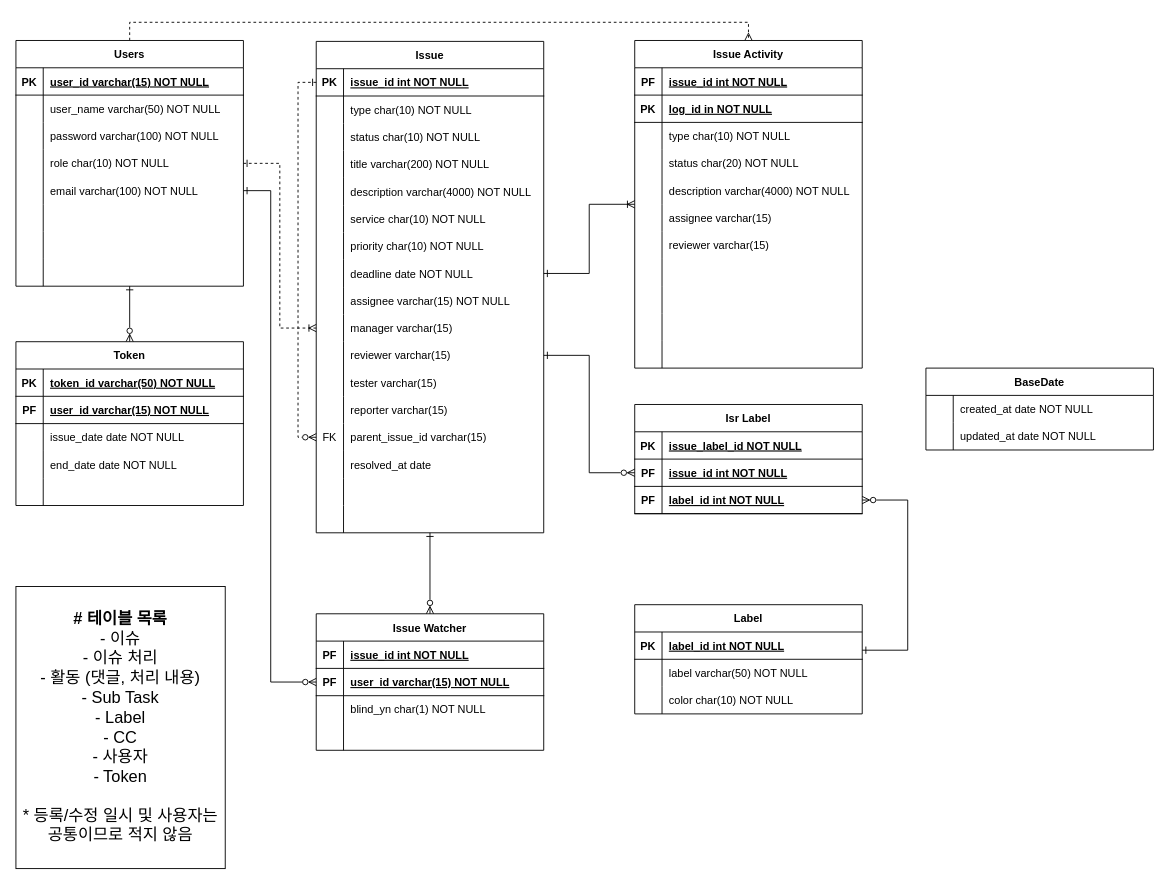
This is neims/neims_erd.drawio from neorang/drawdoc, a draw.io file, before an edit. Source tidied: cells renumbered, new cells numbered last; positions are measured from the earlier drawing's top-left corner, leaving out a move shared by most shapes. Both pictures are drawn from the tidied source at 91%, with x=0, y=0 at pixel (15, 22).
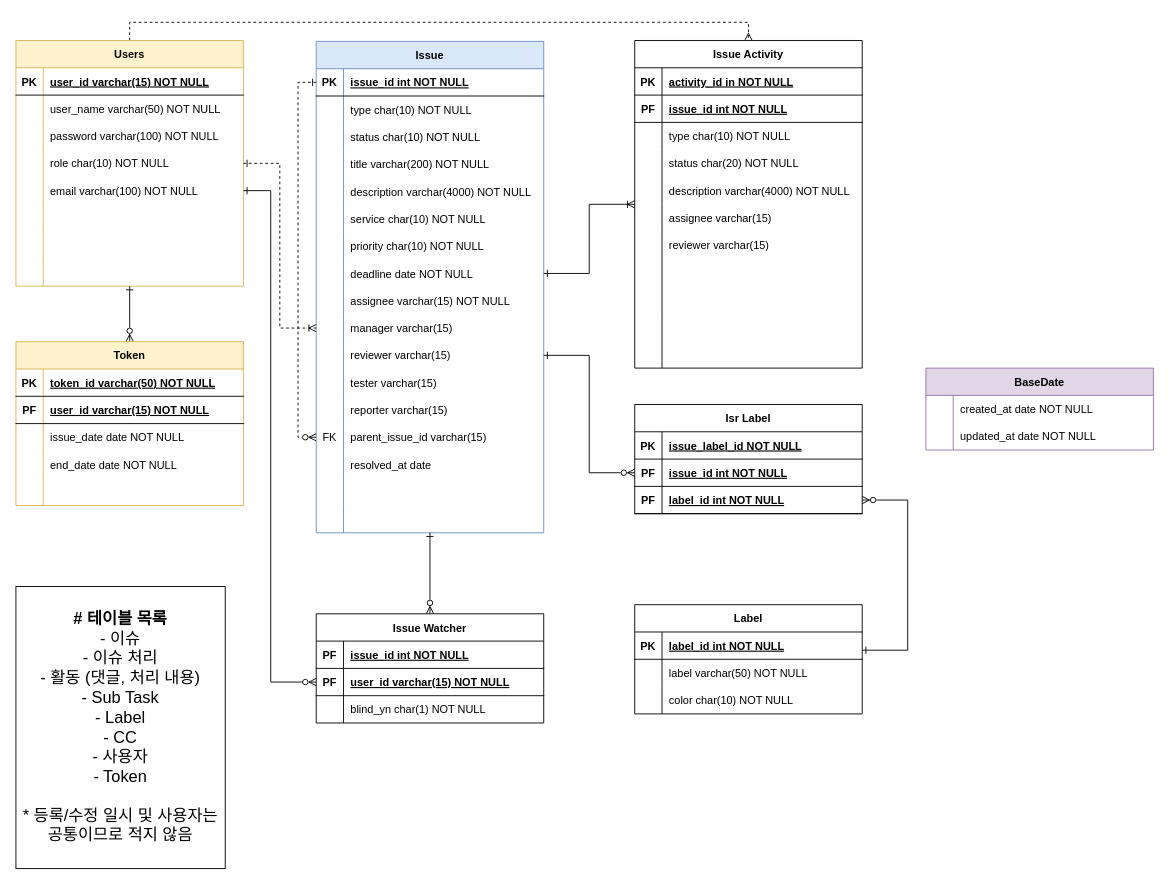
Above is the later version.

Unchanged cells that the change refers to:
```xml
<mxCell id="126" value="Issue Activity" style="shape=table;startSize=30;childLayout=tableLayout;rowLines=0;fontStyle=1;align=center;" parent="1" vertex="1">
  <mxGeometry x="680" y="20" width="250" height="360" as="geometry" />
</mxCell>
```

Diff of the diagram source:
```diff
@@
-    <mxCell id="2" value="Issue" style="shape=table;startSize=30;childLayout=tableLayout;rowLines=0;fontStyle=1;align=center;" parent="1" vertex="1">
+    <mxCell id="2" value="Issue" style="shape=table;startSize=30;childLayout=tableLayout;rowLines=0;fontStyle=1;align=center;fillColor=#dae8fc;strokeColor=#6c8ebf;" parent="1" vertex="1">
       <mxGeometry x="330" y="21" width="250" height="540" as="geometry" />
     </mxCell>
@@
-    <mxCell id="68" value="Users" style="shape=table;startSize=30;childLayout=tableLayout;rowLines=0;fontStyle=1;align=center;" parent="1" vertex="1">
+    <mxCell id="68" value="Users" style="shape=table;startSize=30;childLayout=tableLayout;rowLines=0;fontStyle=1;align=center;fillColor=#fff2cc;strokeColor=#d6b656;" parent="1" vertex="1">
       <mxGeometry y="20" width="250" height="270" as="geometry" />
     </mxCell>
@@
-    <mxCell id="95" value="Token" style="shape=table;startSize=30;childLayout=tableLayout;rowLines=0;fontStyle=1;align=center;" parent="1" vertex="1">
+    <mxCell id="95" value="Token" style="shape=table;startSize=30;childLayout=tableLayout;rowLines=0;fontStyle=1;align=center;fillColor=#fff2cc;strokeColor=#d6b656;" parent="1" vertex="1">
       <mxGeometry y="351" width="250" height="180" as="geometry" />
     </mxCell>
@@
     <mxCell id="112" value="Issue Watcher" style="shape=table;startSize=30;childLayout=tableLayout;rowLines=0;fontStyle=1;align=center;" parent="1" vertex="1">
-      <mxGeometry x="330" y="650" width="250" height="150" as="geometry" />
+      <mxGeometry x="330" y="650" width="250" height="120" as="geometry" />
     </mxCell>
@@
-    <mxCell id="122" style="shape=partialRectangle;fillColor=none;top=0;left=0;right=0;bottom=0;" parent="112" vertex="1">
-      <mxGeometry y="120" width="250" height="30" as="geometry" />
-    </mxCell>
-    <mxCell id="123" style="shape=partialRectangle;overflow=hidden;fillColor=none;top=0;left=0;bottom=0;right=0;" parent="122" vertex="1">
-      <mxGeometry width="30" height="30" as="geometry" />
-    </mxCell>
-    <mxCell id="124" style="shape=partialRectangle;overflow=hidden;fillColor=none;top=0;left=0;bottom=0;right=0;align=left;spacingLeft=6;" parent="122" vertex="1">
-      <mxGeometry x="30" width="220" height="30" as="geometry" />
-    </mxCell>
@@
+    <mxCell id="130" style="shape=partialRectangle;fillColor=none;top=0;left=0;right=0;bottom=1;" parent="126" vertex="1">
+      <mxGeometry y="30" width="250" height="30" as="geometry" />
+    </mxCell>
+    <mxCell id="131" value="PK" style="shape=partialRectangle;overflow=hidden;fillColor=none;top=0;left=0;bottom=0;right=0;fontStyle=1;" parent="130" vertex="1">
+      <mxGeometry width="30" height="30" as="geometry" />
+    </mxCell>
+    <mxCell id="132" value="activity_id in NOT NULL" style="shape=partialRectangle;overflow=hidden;fillColor=none;top=0;left=0;bottom=0;right=0;align=left;spacingLeft=6;fontStyle=5;" parent="130" vertex="1">
+      <mxGeometry x="30" width="220" height="30" as="geometry" />
+    </mxCell>
     <mxCell id="127" style="shape=partialRectangle;fillColor=none;top=0;left=0;right=0;bottom=1;" parent="126" vertex="1">
-      <mxGeometry y="30" width="250" height="30" as="geometry" />
+      <mxGeometry y="60" width="250" height="30" as="geometry" />
     </mxCell>
@@
-    <mxCell id="130" style="shape=partialRectangle;fillColor=none;top=0;left=0;right=0;bottom=1;" parent="126" vertex="1">
-      <mxGeometry y="60" width="250" height="30" as="geometry" />
-    </mxCell>
-    <mxCell id="131" value="PK" style="shape=partialRectangle;overflow=hidden;fillColor=none;top=0;left=0;bottom=0;right=0;fontStyle=1;" parent="130" vertex="1">
-      <mxGeometry width="30" height="30" as="geometry" />
-    </mxCell>
-    <mxCell id="132" value="log_id in NOT NULL" style="shape=partialRectangle;overflow=hidden;fillColor=none;top=0;left=0;bottom=0;right=0;align=left;spacingLeft=6;fontStyle=5;" parent="130" vertex="1">
-      <mxGeometry x="30" width="220" height="30" as="geometry" />
-    </mxCell>
@@
-    <mxCell id="161" value="BaseDate" style="shape=table;startSize=30;childLayout=tableLayout;rowLines=0;fontStyle=1;align=center;" parent="1" vertex="1">
+    <mxCell id="161" value="BaseDate" style="shape=table;startSize=30;childLayout=tableLayout;rowLines=0;fontStyle=1;align=center;fillColor=#e1d5e7;strokeColor=#9673a6;" parent="1" vertex="1">
       <mxGeometry x="1000" y="380" width="250" height="90" as="geometry" />
     </mxCell>
```
